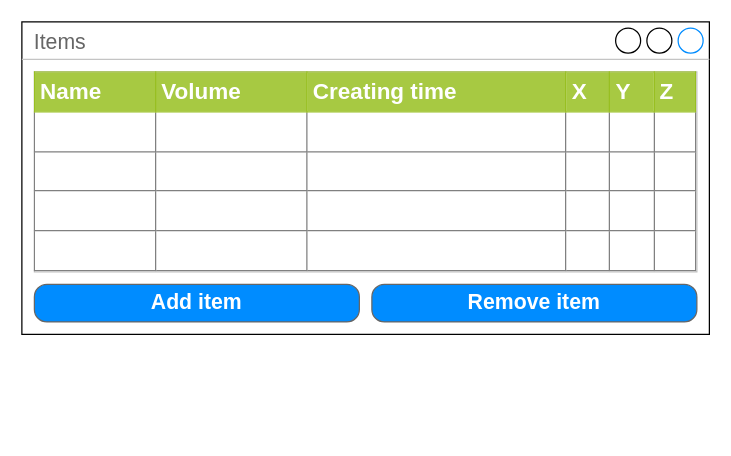
ProgMiner/Lab_Programming keeps this draw.io diagram as page "Items window" (9 of 11) of Lab8_Programming.drawio. Above is the earlier version. Source tidied: cells renumbered, new cells numbered last; positions are measured from the earlier drawing's top-left corner, leaving out a move shared by most shapes. Both pictures are drawn from the tidied source at 125%, with x=0, y=0 at pixel (21, 21).
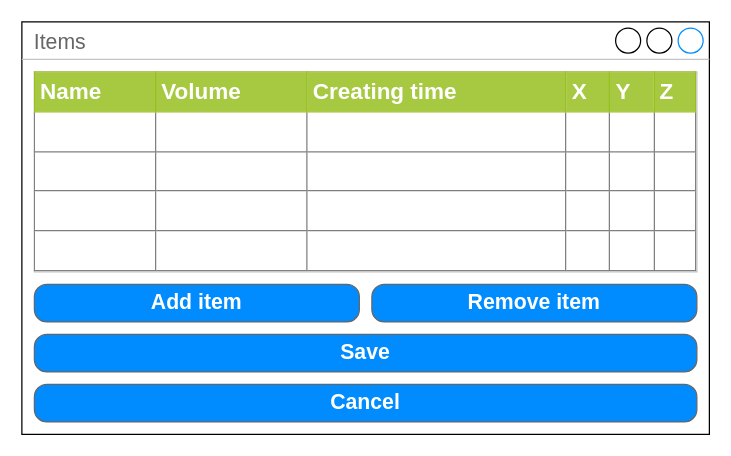
The same diagram, later.

Change to the diagram source:
```diff
@@
 <mxGraphModel>
   <root>
     <mxCell id="0" />
     <mxCell id="1" parent="0" />
     <mxCell id="2" value="Items" style="strokeWidth=1;shadow=0;dashed=0;align=center;html=1;shape=mxgraph.mockup.containers.window;align=left;verticalAlign=top;spacingLeft=8;strokeColor2=#008cff;strokeColor3=#c4c4c4;fontColor=#666666;fillColor=#ffffff;mainText=;fontSize=17;labelBackgroundColor=none;" parent="1" vertex="1">
-      <mxGeometry width="550" height="250" as="geometry" />
+      <mxGeometry width="550" height="330" as="geometry" />
     </mxCell>
     <mxCell id="3" value="&lt;table border=&quot;1&quot; width=&quot;100%&quot; cellpadding=&quot;4&quot; style=&quot;width: 100% ; height: 100% ; border-collapse: collapse&quot;&gt;&lt;tbody&gt;&lt;tr style=&quot;background-color: #a7c942 ; color: #ffffff ; border: 1px solid #98bf21&quot;&gt;&lt;th align=&quot;left&quot;&gt;Name&lt;/th&gt;&lt;th align=&quot;left&quot;&gt;Volume&lt;/th&gt;&lt;th align=&quot;left&quot;&gt;Creating time&lt;/th&gt;&lt;td&gt;&lt;b&gt;X&lt;/b&gt;&lt;/td&gt;&lt;td&gt;&lt;b&gt;Y&lt;/b&gt;&lt;/td&gt;&lt;td&gt;&lt;b&gt;Z&lt;/b&gt;&lt;/td&gt;&lt;/tr&gt;&lt;tr&gt;&lt;td&gt;&lt;br&gt;&lt;/td&gt;&lt;td&gt;&lt;br&gt;&lt;/td&gt;&lt;td&gt;&lt;br&gt;&lt;/td&gt;&lt;td&gt;&lt;br&gt;&lt;/td&gt;&lt;td&gt;&lt;br&gt;&lt;/td&gt;&lt;td&gt;&lt;br&gt;&lt;/td&gt;&lt;/tr&gt;&lt;tr&gt;&lt;td&gt;&lt;br&gt;&lt;/td&gt;&lt;td&gt;&lt;br&gt;&lt;/td&gt;&lt;td&gt;&lt;br&gt;&lt;/td&gt;&lt;td&gt;&lt;br&gt;&lt;/td&gt;&lt;td&gt;&lt;br&gt;&lt;/td&gt;&lt;td&gt;&lt;br&gt;&lt;/td&gt;&lt;/tr&gt;&lt;tr&gt;&lt;td&gt;&lt;br&gt;&lt;/td&gt;&lt;td&gt;&lt;br&gt;&lt;/td&gt;&lt;td&gt;&lt;br&gt;&lt;/td&gt;&lt;td&gt;&lt;br&gt;&lt;/td&gt;&lt;td&gt;&lt;br&gt;&lt;/td&gt;&lt;td&gt;&lt;br&gt;&lt;/td&gt;&lt;/tr&gt;&lt;tr&gt;&lt;td&gt;&lt;br&gt;&lt;/td&gt;&lt;td&gt;&lt;br&gt;&lt;/td&gt;&lt;td&gt;&lt;br&gt;&lt;/td&gt;&lt;td&gt;&lt;br&gt;&lt;/td&gt;&lt;td&gt;&lt;br&gt;&lt;/td&gt;&lt;td&gt;&lt;br&gt;&lt;/td&gt;&lt;/tr&gt;&lt;/tbody&gt;&lt;/table&gt;" style="text;html=1;strokeColor=#c0c0c0;fillColor=#ffffff;overflow=fill;rounded=0;fontSize=18;fontColor=#666666;" parent="1" vertex="1">
       <mxGeometry x="10" y="40" width="530" height="160" as="geometry" />
     </mxCell>
     <mxCell id="4" value="Add item" style="strokeWidth=1;shadow=0;dashed=0;align=center;html=1;shape=mxgraph.mockup.buttons.button;strokeColor=#666666;fontColor=#ffffff;mainText=;buttonStyle=round;fontSize=17;fontStyle=1;fillColor=#008cff;whiteSpace=wrap;" parent="1" vertex="1">
       <mxGeometry x="10" y="210" width="260" height="30" as="geometry" />
     </mxCell>
     <mxCell id="5" value="Remove item" style="strokeWidth=1;shadow=0;dashed=0;align=center;html=1;shape=mxgraph.mockup.buttons.button;strokeColor=#666666;fontColor=#ffffff;mainText=;buttonStyle=round;fontSize=17;fontStyle=1;fillColor=#008cff;whiteSpace=wrap;" parent="1" vertex="1">
       <mxGeometry x="280" y="210" width="260" height="30" as="geometry" />
     </mxCell>
+    <mxCell id="6" value="Save" style="strokeWidth=1;shadow=0;dashed=0;align=center;html=1;shape=mxgraph.mockup.buttons.button;strokeColor=#666666;fontColor=#ffffff;mainText=;buttonStyle=round;fontSize=17;fontStyle=1;fillColor=#008cff;whiteSpace=wrap;" parent="1" vertex="1">
+      <mxGeometry x="10" y="250" width="530" height="30" as="geometry" />
+    </mxCell>
+    <mxCell id="7" value="Cancel" style="strokeWidth=1;shadow=0;dashed=0;align=center;html=1;shape=mxgraph.mockup.buttons.button;strokeColor=#666666;fontColor=#ffffff;mainText=;buttonStyle=round;fontSize=17;fontStyle=1;fillColor=#008cff;whiteSpace=wrap;" parent="1" vertex="1">
+      <mxGeometry x="10" y="290" width="530" height="30" as="geometry" />
+    </mxCell>
   </root>
 </mxGraphModel>
```
